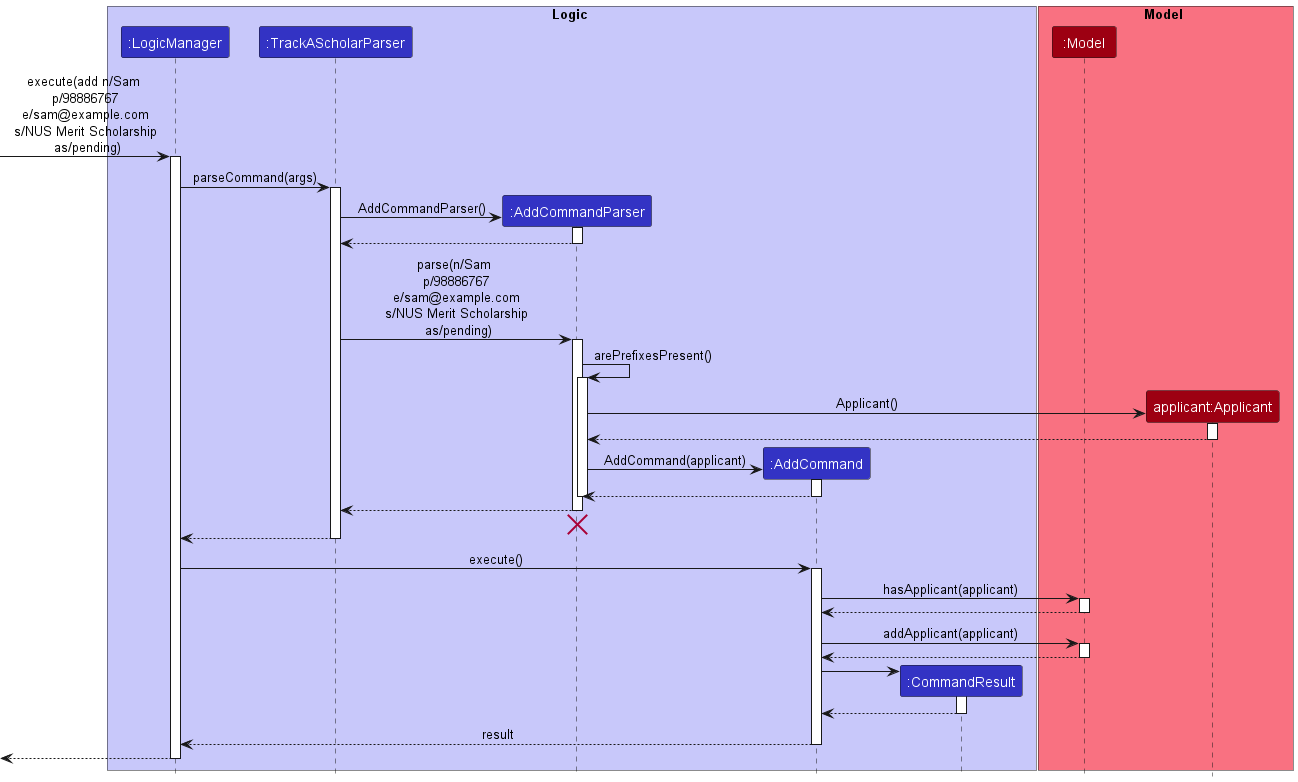
The PlantUML diagram docs/images/AddSequenceDiagram.png in nus-cs2103-AY2223S1/tp, before a commit.
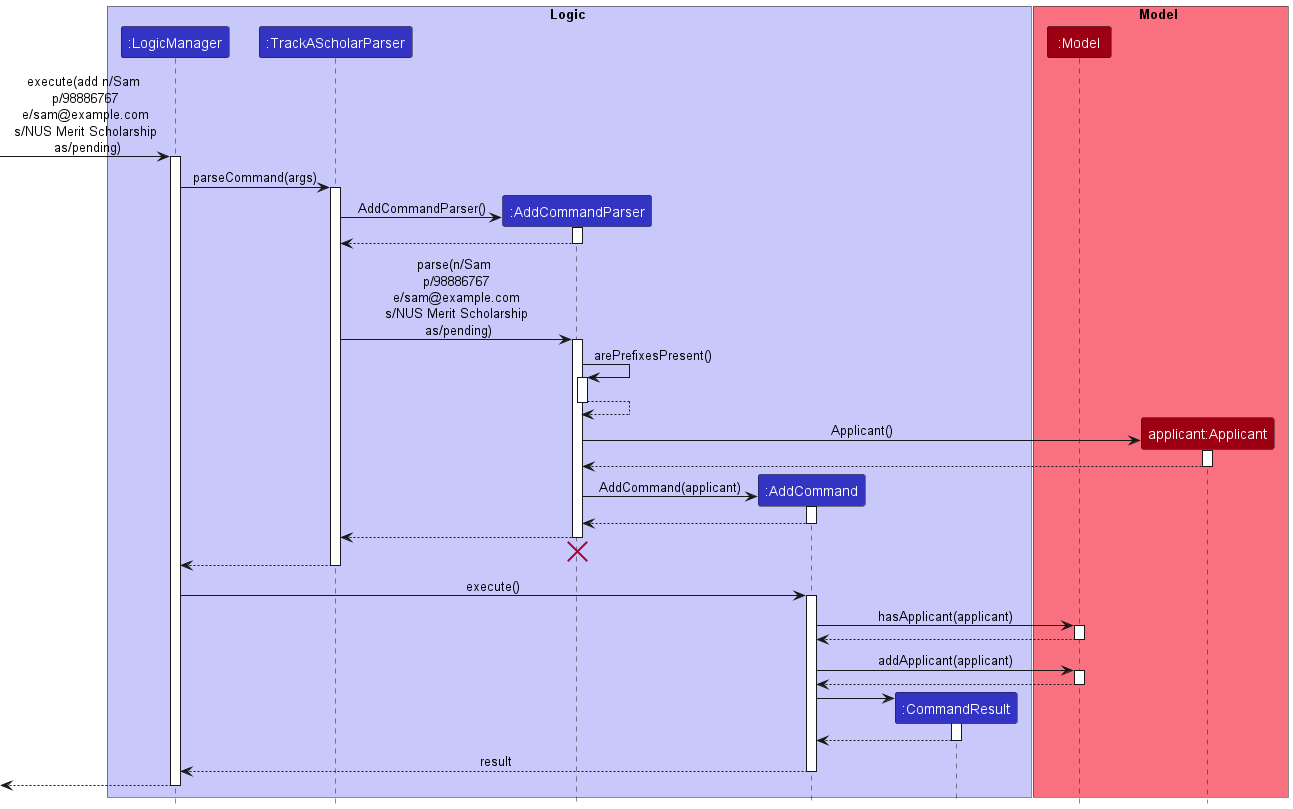
Later version of the same file.

Diff of the diagram source:
```diff
@@ -37,6 +37,8 @@
 AddCommandParser -> AddCommandParser : arePrefixesPresent()
 activate AddCommandParser
 
+AddCommandParser --> AddCommandParser
+deactivate AddCommandParser
 
 create Applicant
 AddCommandParser -> Applicant : Applicant()
@@ -51,7 +53,7 @@
 
 AddCommand --> AddCommandParser
 deactivate AddCommand
-deactivate AddCommandParser
+
 
 AddCommandParser --> TrackAScholarParser
 deactivate AddCommandParser
```
